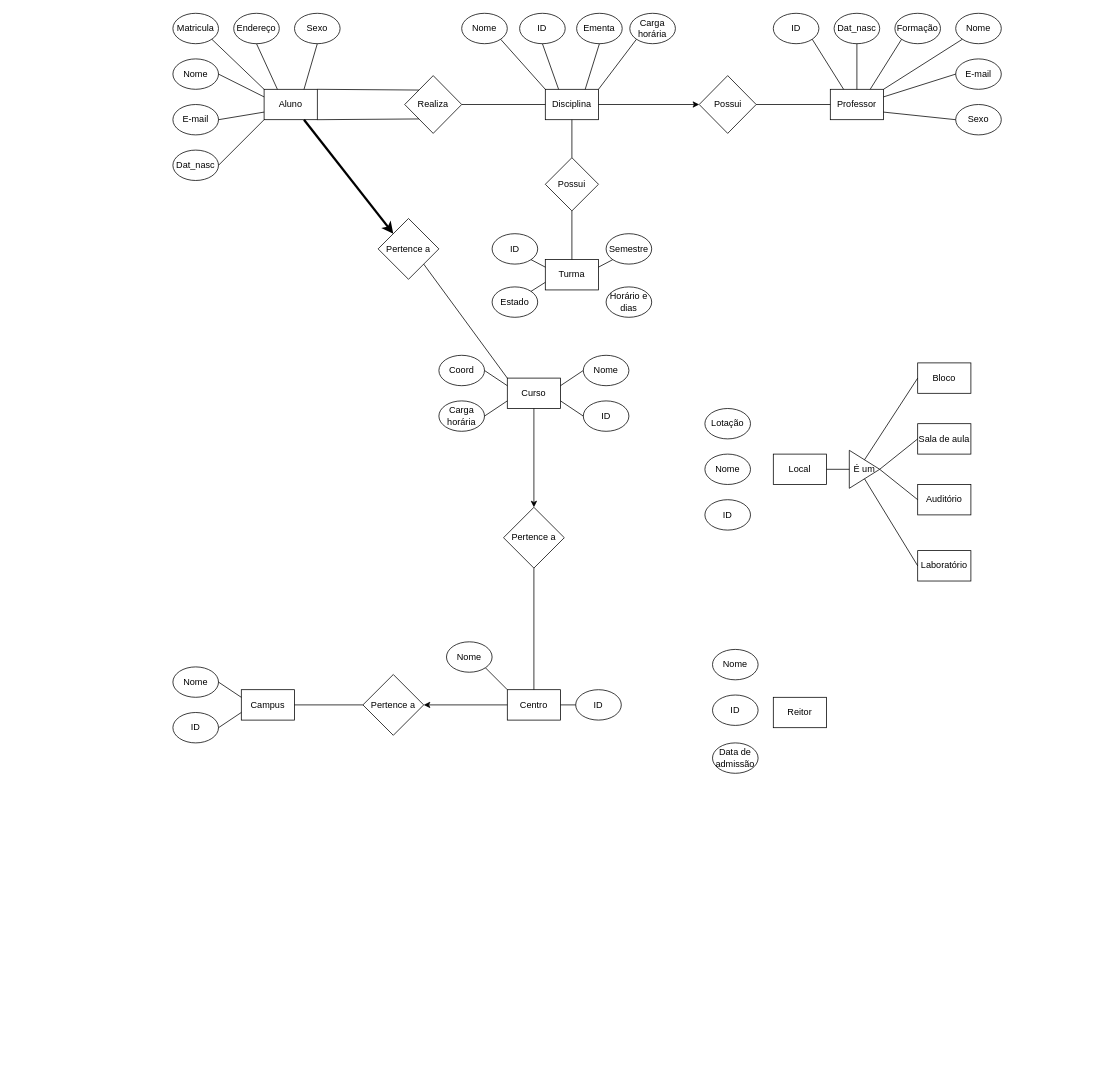
Before: trabalho_1.drawio in Walrusbane524/Fundamentos-de-Bancos-de-Dados, a draw.io diagram. Source tidied: cells renumbered, new cells numbered last; positions are measured from the earlier drawing's top-left corner, leaving out a move shared by most shapes. Both pictures are drawn from the tidied source at 76%, with x=0, y=0 at pixel (173, 13).
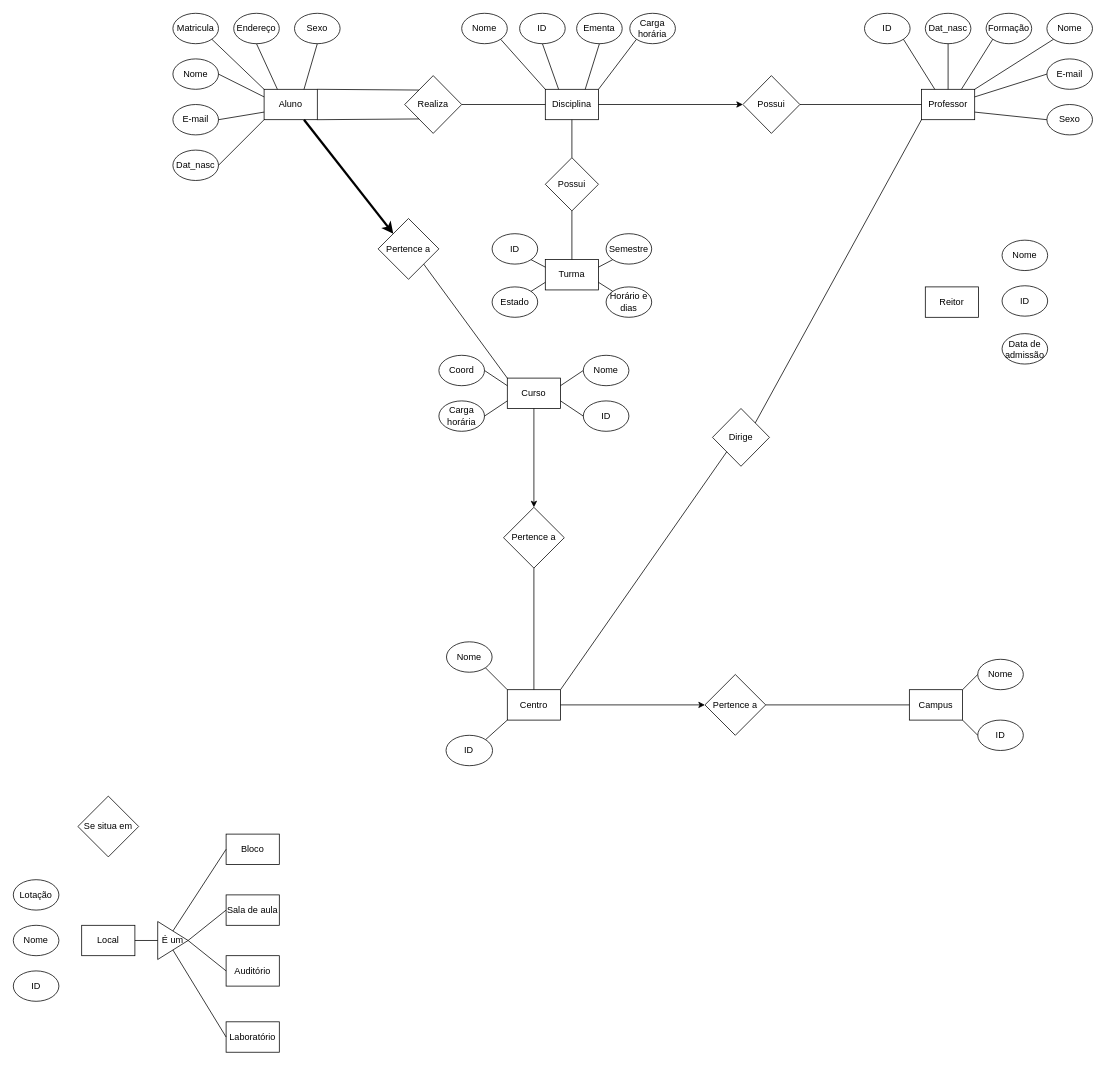
The same page after the edit.

The change refers to these unchanged cells:
```xml
<mxCell id="6" value="Centro" style="rounded=0;whiteSpace=wrap;html=1;" parent="1" vertex="1">
  <mxGeometry x="440" y="890" width="70" height="40" as="geometry" />
</mxCell>
<mxCell id="90" value="Turma" style="rounded=0;whiteSpace=wrap;html=1;" parent="1" vertex="1">
  <mxGeometry x="490" y="324" width="70" height="40" as="geometry" />
</mxCell>
<mxCell id="94" value="Horário e dias" style="ellipse;whiteSpace=wrap;html=1;" parent="1" vertex="1">
  <mxGeometry x="570" y="360" width="60" height="40" as="geometry" />
</mxCell>
```

The edit, as a diff of the source:
```diff
@@
     <mxCell id="4" value="Professor" style="rounded=0;whiteSpace=wrap;html=1;" parent="1" vertex="1">
-      <mxGeometry x="865" y="100" width="70" height="40" as="geometry" />
+      <mxGeometry x="985" y="100" width="70" height="40" as="geometry" />
     </mxCell>
     <mxCell id="5" value="Campus" style="rounded=0;whiteSpace=wrap;html=1;" parent="1" vertex="1">
-      <mxGeometry x="90" y="890" width="70" height="40" as="geometry" />
+      <mxGeometry x="969" y="890" width="70" height="40" as="geometry" />
     </mxCell>
@@
     <mxCell id="7" value="Local" style="rounded=0;whiteSpace=wrap;html=1;" parent="1" vertex="1">
-      <mxGeometry x="790" y="580" width="70" height="40" as="geometry" />
+      <mxGeometry x="-120" y="1200" width="70" height="40" as="geometry" />
     </mxCell>
@@
     <mxCell id="19" value="Nome" style="ellipse;whiteSpace=wrap;html=1;" parent="1" vertex="1">
-      <mxGeometry x="1030" width="60" height="40" as="geometry" />
+      <mxGeometry x="1150" width="60" height="40" as="geometry" />
     </mxCell>
     <mxCell id="20" value="ID" style="ellipse;whiteSpace=wrap;html=1;" parent="1" vertex="1">
-      <mxGeometry x="790" width="60" height="40" as="geometry" />
+      <mxGeometry x="910" width="60" height="40" as="geometry" />
     </mxCell>
     <mxCell id="21" value="E-mail" style="ellipse;whiteSpace=wrap;html=1;" parent="1" vertex="1">
-      <mxGeometry x="1030" y="60" width="60" height="40" as="geometry" />
+      <mxGeometry x="1150" y="60" width="60" height="40" as="geometry" />
     </mxCell>
     <mxCell id="22" value="Sexo" style="ellipse;whiteSpace=wrap;html=1;" parent="1" vertex="1">
-      <mxGeometry x="1030" y="120" width="60" height="40" as="geometry" />
+      <mxGeometry x="1150" y="120" width="60" height="40" as="geometry" />
     </mxCell>
     <mxCell id="23" value="Dat_nasc" style="ellipse;whiteSpace=wrap;html=1;" parent="1" vertex="1">
-      <mxGeometry x="870" width="60" height="40" as="geometry" />
+      <mxGeometry x="990" width="60" height="40" as="geometry" />
     </mxCell>
     <mxCell id="24" value="Formação" style="ellipse;whiteSpace=wrap;html=1;" parent="1" vertex="1">
-      <mxGeometry x="950" width="60" height="40" as="geometry" />
+      <mxGeometry x="1070" width="60" height="40" as="geometry" />
     </mxCell>
     <mxCell id="25" value="ID" style="ellipse;whiteSpace=wrap;html=1;" parent="1" vertex="1">
-      <mxGeometry y="920" width="60" height="40" as="geometry" />
+      <mxGeometry x="1059" y="930" width="60" height="40" as="geometry" />
     </mxCell>
     <mxCell id="26" value="Nome" style="ellipse;whiteSpace=wrap;html=1;" parent="1" vertex="1">
-      <mxGeometry y="860" width="60" height="40" as="geometry" />
+      <mxGeometry x="1059" y="850" width="60" height="40" as="geometry" />
     </mxCell>
     <mxCell id="27" value="ID" style="ellipse;whiteSpace=wrap;html=1;" parent="1" vertex="1">
-      <mxGeometry x="530" y="890" width="60" height="40" as="geometry" />
+      <mxGeometry x="359.4" y="950" width="61.2" height="40" as="geometry" />
     </mxCell>
@@
     <mxCell id="29" value="ID" style="ellipse;whiteSpace=wrap;html=1;" parent="1" vertex="1">
-      <mxGeometry x="700" y="640" width="60" height="40" as="geometry" />
+      <mxGeometry x="-210" y="1260" width="60" height="40" as="geometry" />
     </mxCell>
     <mxCell id="30" value="Nome" style="ellipse;whiteSpace=wrap;html=1;" parent="1" vertex="1">
-      <mxGeometry x="700" y="580" width="60" height="40" as="geometry" />
+      <mxGeometry x="-210" y="1200" width="60" height="40" as="geometry" />
     </mxCell>
     <mxCell id="31" value="Lotação" style="ellipse;whiteSpace=wrap;html=1;" parent="1" vertex="1">
-      <mxGeometry x="700" y="520" width="60" height="40" as="geometry" />
+      <mxGeometry x="-210" y="1140" width="60" height="40" as="geometry" />
     </mxCell>
     <mxCell id="32" value="Laboratório" style="rounded=0;whiteSpace=wrap;html=1;" parent="1" vertex="1">
-      <mxGeometry x="980" y="707" width="70" height="40" as="geometry" />
+      <mxGeometry x="70" y="1327" width="70" height="40" as="geometry" />
     </mxCell>
     <mxCell id="33" value="Auditório" style="rounded=0;whiteSpace=wrap;html=1;" parent="1" vertex="1">
-      <mxGeometry x="980" y="620" width="70" height="40" as="geometry" />
+      <mxGeometry x="70" y="1240" width="70" height="40" as="geometry" />
     </mxCell>
     <mxCell id="34" value="Sala de aula" style="rounded=0;whiteSpace=wrap;html=1;" parent="1" vertex="1">
-      <mxGeometry x="980" y="540" width="70" height="40" as="geometry" />
+      <mxGeometry x="70" y="1160" width="70" height="40" as="geometry" />
     </mxCell>
     <mxCell id="35" value="Bloco" style="rounded=0;whiteSpace=wrap;html=1;" parent="1" vertex="1">
-      <mxGeometry x="980" y="460" width="70" height="40" as="geometry" />
+      <mxGeometry x="70" y="1080" width="70" height="40" as="geometry" />
     </mxCell>
     <mxCell id="36" value="É um" style="triangle;whiteSpace=wrap;html=1;" parent="1" vertex="1">
-      <mxGeometry x="890" y="575" width="40" height="50" as="geometry" />
+      <mxGeometry x="-20" y="1195" width="40" height="50" as="geometry" />
     </mxCell>
@@
     <mxCell id="40" style="endArrow=none;html=1;rounded=0;entryX=0;entryY=0.5;entryDx=0;entryDy=0;" parent="1" edge="1" target="33">
       <mxGeometry relative="1" as="geometry">
-        <mxPoint x="930" y="600" as="sourcePoint" />
+        <mxPoint x="20" y="1220" as="sourcePoint" />
       </mxGeometry>
     </mxCell>
@@
     <mxCell id="55" value="Reitor" style="rounded=0;whiteSpace=wrap;html=1;" parent="1" vertex="1">
-      <mxGeometry x="790" y="900" width="70" height="40" as="geometry" />
+      <mxGeometry x="990" y="360" width="70" height="40" as="geometry" />
     </mxCell>
     <mxCell id="56" value="ID" style="ellipse;whiteSpace=wrap;html=1;" parent="1" vertex="1">
-      <mxGeometry x="710" y="897" width="60" height="40" as="geometry" />
+      <mxGeometry x="1091" y="358.5" width="60" height="40" as="geometry" />
     </mxCell>
     <mxCell id="57" value="Nome" style="ellipse;whiteSpace=wrap;html=1;" parent="1" vertex="1">
-      <mxGeometry x="710" y="837" width="60" height="40" as="geometry" />
+      <mxGeometry x="1091" y="298.5" width="60" height="40" as="geometry" />
     </mxCell>
     <mxCell id="58" value="Data de admissão" style="ellipse;whiteSpace=wrap;html=1;" parent="1" vertex="1">
-      <mxGeometry x="710" y="960" width="60" height="40" as="geometry" />
+      <mxGeometry x="1091" y="421.5" width="60" height="40" as="geometry" />
     </mxCell>
@@
-    <mxCell id="60" style="endArrow=none;html=1;rounded=0;strokeWidth=1;exitX=1;exitY=0.5;exitDx=0;exitDy=0;entryX=0;entryY=0.5;entryDx=0;entryDy=0;" parent="1" edge="1" source="6" target="27">
-      <mxGeometry relative="1" as="geometry" />
-    </mxCell>
@@
     <mxCell id="64" value="Pertence&amp;nbsp;a" style="rhombus;whiteSpace=wrap;html=1;" parent="1" vertex="1">
-      <mxGeometry x="250" y="870" width="80" height="80" as="geometry" />
+      <mxGeometry x="700" y="870" width="80" height="80" as="geometry" />
     </mxCell>
-    <mxCell id="65" style="endArrow=classic;html=1;rounded=0;strokeWidth=1;entryX=1;entryY=0.5;entryDx=0;entryDy=0;exitX=0;exitY=0.5;exitDx=0;exitDy=0;" parent="1" edge="1" source="6" target="64">
+    <mxCell id="65" style="endArrow=classic;html=1;rounded=0;strokeWidth=1;entryX=0;entryY=0.5;entryDx=0;entryDy=0;exitX=1;exitY=0.5;exitDx=0;exitDy=0;" parent="1" edge="1" source="6" target="64">
       <mxGeometry relative="1" as="geometry" />
     </mxCell>
-    <mxCell id="66" style="endArrow=none;html=1;rounded=0;strokeWidth=1;exitX=1;exitY=0.5;exitDx=0;exitDy=0;entryX=0;entryY=0.5;entryDx=0;entryDy=0;" parent="1" edge="1" source="5" target="64">
+    <mxCell id="66" style="endArrow=none;html=1;rounded=0;strokeWidth=1;exitX=0;exitY=0.5;exitDx=0;exitDy=0;entryX=1;entryY=0.5;entryDx=0;entryDy=0;" parent="1" edge="1" source="5" target="64">
       <mxGeometry relative="1" as="geometry" />
     </mxCell>
-    <mxCell id="67" style="endArrow=none;html=1;rounded=0;strokeWidth=1;exitX=1;exitY=0.5;exitDx=0;exitDy=0;entryX=0;entryY=0.75;entryDx=0;entryDy=0;" parent="1" edge="1" source="25" target="5">
-      <mxGeometry relative="1" as="geometry" />
-    </mxCell>
-    <mxCell id="68" style="endArrow=none;html=1;rounded=0;strokeWidth=1;exitX=1;exitY=0.5;exitDx=0;exitDy=0;entryX=0;entryY=0.25;entryDx=0;entryDy=0;" parent="1" edge="1" source="26" target="5">
-      <mxGeometry relative="1" as="geometry" />
-    </mxCell>
@@
     <mxCell id="81" value="Possui" style="rhombus;whiteSpace=wrap;html=1;" parent="1" vertex="1">
-      <mxGeometry x="692.5" y="82" width="75" height="76" as="geometry" />
+      <mxGeometry x="750" y="82" width="75" height="76" as="geometry" />
     </mxCell>
@@
+    <mxCell id="101" style="endArrow=none;html=1;rounded=0;strokeWidth=1;exitX=1;exitY=0.75;exitDx=0;exitDy=0;entryX=0;entryY=0;entryDx=0;entryDy=0;" parent="1" edge="1" source="90" target="94">
+      <mxGeometry relative="1" as="geometry" />
+    </mxCell>
+    <mxCell id="102" value="Dirige" style="rhombus;whiteSpace=wrap;html=1;" parent="1" vertex="1">
+      <mxGeometry x="710" y="520" width="75" height="76" as="geometry" />
+    </mxCell>
+    <mxCell id="103" style="endArrow=none;html=1;rounded=0;strokeWidth=1;exitX=1;exitY=0;exitDx=0;exitDy=0;entryX=0;entryY=1;entryDx=0;entryDy=0;" parent="1" edge="1" source="6" target="102">
+      <mxGeometry relative="1" as="geometry" />
+    </mxCell>
+    <mxCell id="104" style="endArrow=none;html=1;rounded=0;strokeWidth=1;exitX=0;exitY=1;exitDx=0;exitDy=0;entryX=1;entryY=0;entryDx=0;entryDy=0;" parent="1" edge="1" source="4" target="102">
+      <mxGeometry relative="1" as="geometry" />
+    </mxCell>
+    <mxCell id="105" value="Se situa em" style="rhombus;whiteSpace=wrap;html=1;" parent="1" vertex="1">
+      <mxGeometry x="-125" y="1030" width="80" height="80" as="geometry" />
+    </mxCell>
+    <mxCell id="106" style="endArrow=none;html=1;rounded=0;strokeWidth=1;exitX=1;exitY=0;exitDx=0;exitDy=0;entryX=0;entryY=0.5;entryDx=0;entryDy=0;" parent="1" edge="1" source="5" target="26">
+      <mxGeometry relative="1" as="geometry" />
+    </mxCell>
+    <mxCell id="107" style="endArrow=none;html=1;rounded=0;strokeWidth=1;exitX=1;exitY=1;exitDx=0;exitDy=0;entryX=0;entryY=0.5;entryDx=0;entryDy=0;" parent="1" edge="1" source="5" target="25">
+      <mxGeometry relative="1" as="geometry" />
+    </mxCell>
+    <mxCell id="60" style="endArrow=none;html=1;rounded=0;strokeWidth=1;exitX=0;exitY=1;exitDx=0;exitDy=0;entryX=1;entryY=0;entryDx=0;entryDy=0;" parent="1" edge="1" source="6" target="27">
+      <mxGeometry relative="1" as="geometry" />
+    </mxCell>
```
